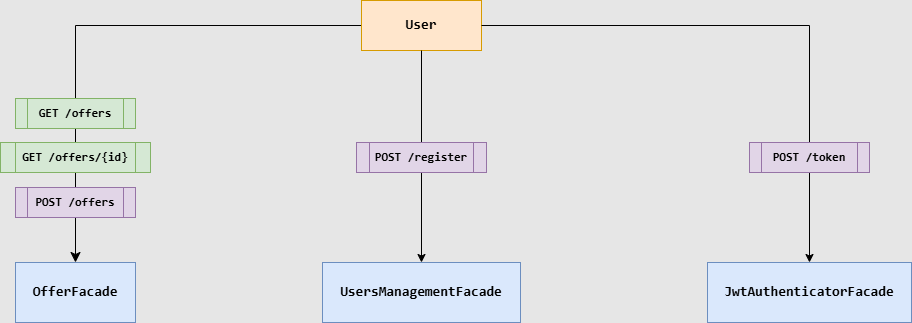
The draw.io diagram architecture/architecture_diagram.png in enmebaraggesi/JobOffers, before a commit. Source tidied: cells renumbered, new cells last; positions are measured from the earlier drawing's top-left corner, leaving out a move shared by most shapes. The source it was exported from:
```xml
<mxGraphModel background="#E6E6E6">
  <root>
    <mxCell id="0" />
    <mxCell id="1" parent="0" />
    <mxCell id="2" style="edgeStyle=orthogonalEdgeStyle;html=1;labelBackgroundColor=none;startFill=0;startSize=8;endFill=1;endSize=8;fontFamily=Verdana;fontSize=12;entryX=0.5;entryY=0;entryDx=0;entryDy=0;exitX=0;exitY=0.5;exitDx=0;exitDy=0;rounded=0;" parent="1" edge="1" source="3" target="8">
      <mxGeometry relative="1" as="geometry" />
    </mxCell>
    <mxCell id="3" value="&lt;pre style=&quot;font-family: &amp;quot;JetBrains Mono&amp;quot;, monospace;&quot;&gt;&lt;span style=&quot;font-size: 14px;&quot;&gt;&lt;b&gt;User&lt;/b&gt;&lt;/span&gt;&lt;/pre&gt;" style="whiteSpace=wrap;html=1;rounded=0;shadow=0;comic=0;labelBackgroundColor=none;strokeWidth=1;fontFamily=Verdana;fontSize=12;align=center;fillColor=#ffe6cc;strokeColor=#d79b00;" parent="1" vertex="1">
      <mxGeometry x="361" width="120" height="50" as="geometry" />
    </mxCell>
    <mxCell id="4" value="&lt;div style=&quot;&quot;&gt;&lt;pre style=&quot;font-family: &amp;quot;JetBrains Mono&amp;quot;, monospace;&quot;&gt;&lt;b style=&quot;&quot;&gt;GET /offers&lt;/b&gt;&lt;/pre&gt;&lt;/div&gt;" style="shape=process;whiteSpace=wrap;html=1;backgroundOutline=1;fillColor=#d5e8d4;strokeColor=#82b366;" parent="1" vertex="1">
      <mxGeometry x="15" y="98" width="120" height="30" as="geometry" />
    </mxCell>
    <mxCell id="5" style="edgeStyle=orthogonalEdgeStyle;rounded=0;orthogonalLoop=1;jettySize=auto;html=1;exitX=0.5;exitY=1;exitDx=0;exitDy=0;" parent="1" edge="1" source="4" target="4">
      <mxGeometry relative="1" as="geometry" />
    </mxCell>
    <mxCell id="6" value="&lt;div style=&quot;&quot;&gt;&lt;pre style=&quot;font-family: &amp;quot;JetBrains Mono&amp;quot;, monospace;&quot;&gt;&lt;div style=&quot;&quot;&gt;&lt;pre style=&quot;font-family: &amp;quot;JetBrains Mono&amp;quot;, monospace;&quot;&gt;&lt;b&gt;GET /offers/{id}&lt;/b&gt;&lt;/pre&gt;&lt;/div&gt;&lt;/pre&gt;&lt;/div&gt;" style="shape=process;whiteSpace=wrap;html=1;backgroundOutline=1;fillColor=#d5e8d4;strokeColor=#82b366;" parent="1" vertex="1">
      <mxGeometry y="142" width="150" height="30" as="geometry" />
    </mxCell>
    <mxCell id="7" value="&lt;div style=&quot;&quot;&gt;&lt;pre style=&quot;font-family: &amp;quot;JetBrains Mono&amp;quot;, monospace;&quot;&gt;&lt;div style=&quot;&quot;&gt;&lt;pre style=&quot;font-family: &amp;quot;JetBrains Mono&amp;quot;, monospace;&quot;&gt;&lt;b&gt;POST /offers&lt;/b&gt;&lt;/pre&gt;&lt;/div&gt;&lt;/pre&gt;&lt;/div&gt;" style="shape=process;whiteSpace=wrap;html=1;backgroundOutline=1;fillColor=#e1d5e7;strokeColor=#9673a6;" parent="1" vertex="1">
      <mxGeometry x="15" y="187" width="120" height="30" as="geometry" />
    </mxCell>
    <mxCell id="8" value="&lt;pre style=&quot;font-family: &amp;quot;JetBrains Mono&amp;quot;, monospace;&quot;&gt;&lt;font style=&quot;font-size: 14px;&quot;&gt;&lt;b&gt;OfferFacade&lt;/b&gt;&lt;/font&gt;&lt;/pre&gt;" style="rounded=0;whiteSpace=wrap;html=1;fillColor=#dae8fc;strokeColor=#6c8ebf;" parent="1" vertex="1">
      <mxGeometry x="15" y="262" width="120" height="60" as="geometry" />
    </mxCell>
    <mxCell id="9" value="&lt;pre style=&quot;font-family: &amp;quot;JetBrains Mono&amp;quot;, monospace;&quot;&gt;&lt;span style=&quot;font-size: 14px;&quot;&gt;&lt;b&gt;UsersManagementFacade&lt;/b&gt;&lt;/span&gt;&lt;/pre&gt;" style="rounded=0;whiteSpace=wrap;html=1;fillColor=#dae8fc;strokeColor=#6c8ebf;" parent="1" vertex="1">
      <mxGeometry x="322" y="262" width="198" height="60" as="geometry" />
    </mxCell>
    <mxCell id="10" style="endArrow=classic;html=1;rounded=0;exitX=0.5;exitY=1;exitDx=0;exitDy=0;entryX=0.5;entryY=0;entryDx=0;entryDy=0;" parent="1" edge="1" source="3" target="9">
      <mxGeometry relative="1" as="geometry" />
    </mxCell>
    <mxCell id="11" value="&lt;div style=&quot;&quot;&gt;&lt;pre style=&quot;font-family: &amp;quot;JetBrains Mono&amp;quot;, monospace;&quot;&gt;&lt;div style=&quot;&quot;&gt;&lt;pre style=&quot;font-family: &amp;quot;JetBrains Mono&amp;quot;, monospace;&quot;&gt;&lt;b&gt;POST /register&lt;/b&gt;&lt;/pre&gt;&lt;/div&gt;&lt;/pre&gt;&lt;/div&gt;" style="shape=process;whiteSpace=wrap;html=1;backgroundOutline=1;fillColor=#e1d5e7;strokeColor=#9673a6;" parent="1" vertex="1">
      <mxGeometry x="356" y="142" width="130" height="30" as="geometry" />
    </mxCell>
    <mxCell id="12" value="&lt;pre style=&quot;&quot;&gt;&lt;font style=&quot;&quot;&gt;&lt;b&gt;&lt;font face=&quot;JetBrains Mono, monospace&quot;&gt;&lt;span style=&quot;font-size: 14px;&quot;&gt;JwtAuthenticator&lt;/span&gt;&lt;/font&gt;&lt;span style=&quot;font-family: &amp;quot;JetBrains Mono&amp;quot;, monospace; font-size: 14px;&quot;&gt;Facade&lt;/span&gt;&lt;/b&gt;&lt;/font&gt;&lt;/pre&gt;" style="rounded=0;whiteSpace=wrap;html=1;fillColor=#dae8fc;strokeColor=#6c8ebf;" parent="1" vertex="1">
      <mxGeometry x="707" y="262" width="204" height="60" as="geometry" />
    </mxCell>
    <mxCell id="13" style="endArrow=classic;html=1;rounded=0;exitX=1;exitY=0.5;exitDx=0;exitDy=0;entryX=0.5;entryY=0;entryDx=0;entryDy=0;edgeStyle=orthogonalEdgeStyle;" parent="1" edge="1" source="3" target="12">
      <mxGeometry relative="1" as="geometry" />
    </mxCell>
    <mxCell id="14" value="&lt;div style=&quot;&quot;&gt;&lt;pre style=&quot;font-family: &amp;quot;JetBrains Mono&amp;quot;, monospace;&quot;&gt;&lt;div style=&quot;&quot;&gt;&lt;pre style=&quot;font-family: &amp;quot;JetBrains Mono&amp;quot;, monospace;&quot;&gt;&lt;b&gt;POST /token&lt;/b&gt;&lt;/pre&gt;&lt;/div&gt;&lt;/pre&gt;&lt;/div&gt;" style="shape=process;whiteSpace=wrap;html=1;backgroundOutline=1;fillColor=#e1d5e7;strokeColor=#9673a6;" parent="1" vertex="1">
      <mxGeometry x="749" y="142" width="120" height="30" as="geometry" />
    </mxCell>
  </root>
</mxGraphModel>
```
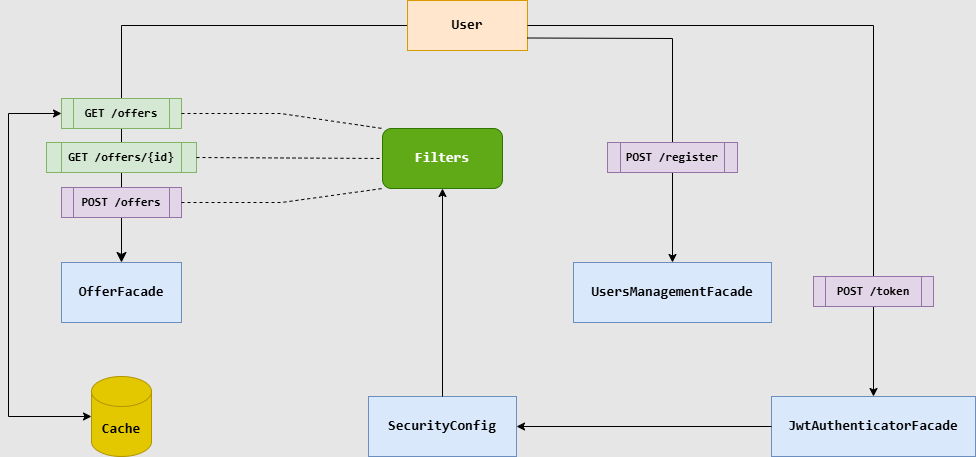
Above is the later version.

Commit message:
upgraded architecture diagram and readme, updated cache integration test (#16)

Change to the diagram source:
```diff
@@ -24,22 +24,66 @@
       <mxGeometry x="15" y="262" width="120" height="60" as="geometry" />
     </mxCell>
     <mxCell id="9" value="&lt;pre style=&quot;font-family: &amp;quot;JetBrains Mono&amp;quot;, monospace;&quot;&gt;&lt;span style=&quot;font-size: 14px;&quot;&gt;&lt;b&gt;UsersManagementFacade&lt;/b&gt;&lt;/span&gt;&lt;/pre&gt;" style="rounded=0;whiteSpace=wrap;html=1;fillColor=#dae8fc;strokeColor=#6c8ebf;" parent="1" vertex="1">
-      <mxGeometry x="322" y="262" width="198" height="60" as="geometry" />
+      <mxGeometry x="527" y="262" width="198" height="60" as="geometry" />
     </mxCell>
-    <mxCell id="10" style="endArrow=classic;html=1;rounded=0;exitX=0.5;exitY=1;exitDx=0;exitDy=0;entryX=0.5;entryY=0;entryDx=0;entryDy=0;" parent="1" edge="1" source="3" target="9">
-      <mxGeometry relative="1" as="geometry" />
-    </mxCell>
-    <mxCell id="11" value="&lt;div style=&quot;&quot;&gt;&lt;pre style=&quot;font-family: &amp;quot;JetBrains Mono&amp;quot;, monospace;&quot;&gt;&lt;div style=&quot;&quot;&gt;&lt;pre style=&quot;font-family: &amp;quot;JetBrains Mono&amp;quot;, monospace;&quot;&gt;&lt;b&gt;POST /register&lt;/b&gt;&lt;/pre&gt;&lt;/div&gt;&lt;/pre&gt;&lt;/div&gt;" style="shape=process;whiteSpace=wrap;html=1;backgroundOutline=1;fillColor=#e1d5e7;strokeColor=#9673a6;" parent="1" vertex="1">
-      <mxGeometry x="356" y="142" width="130" height="30" as="geometry" />
-    </mxCell>
     <mxCell id="12" value="&lt;pre style=&quot;&quot;&gt;&lt;font style=&quot;&quot;&gt;&lt;b&gt;&lt;font face=&quot;JetBrains Mono, monospace&quot;&gt;&lt;span style=&quot;font-size: 14px;&quot;&gt;JwtAuthenticator&lt;/span&gt;&lt;/font&gt;&lt;span style=&quot;font-family: &amp;quot;JetBrains Mono&amp;quot;, monospace; font-size: 14px;&quot;&gt;Facade&lt;/span&gt;&lt;/b&gt;&lt;/font&gt;&lt;/pre&gt;" style="rounded=0;whiteSpace=wrap;html=1;fillColor=#dae8fc;strokeColor=#6c8ebf;" parent="1" vertex="1">
-      <mxGeometry x="707" y="262" width="204" height="60" as="geometry" />
+      <mxGeometry x="725" y="396" width="204" height="60" as="geometry" />
     </mxCell>
     <mxCell id="13" style="endArrow=classic;html=1;rounded=0;exitX=1;exitY=0.5;exitDx=0;exitDy=0;entryX=0.5;entryY=0;entryDx=0;entryDy=0;edgeStyle=orthogonalEdgeStyle;" parent="1" edge="1" source="3" target="12">
       <mxGeometry relative="1" as="geometry" />
     </mxCell>
     <mxCell id="14" value="&lt;div style=&quot;&quot;&gt;&lt;pre style=&quot;font-family: &amp;quot;JetBrains Mono&amp;quot;, monospace;&quot;&gt;&lt;div style=&quot;&quot;&gt;&lt;pre style=&quot;font-family: &amp;quot;JetBrains Mono&amp;quot;, monospace;&quot;&gt;&lt;b&gt;POST /token&lt;/b&gt;&lt;/pre&gt;&lt;/div&gt;&lt;/pre&gt;&lt;/div&gt;" style="shape=process;whiteSpace=wrap;html=1;backgroundOutline=1;fillColor=#e1d5e7;strokeColor=#9673a6;" parent="1" vertex="1">
-      <mxGeometry x="749" y="142" width="120" height="30" as="geometry" />
+      <mxGeometry x="767" y="276" width="120" height="30" as="geometry" />
     </mxCell>
+    <mxCell id="15" value="&lt;pre style=&quot;font-family: &amp;quot;JetBrains Mono&amp;quot;, monospace;&quot;&gt;&lt;span style=&quot;font-size: 14px;&quot;&gt;&lt;b&gt;SecurityConfig&lt;/b&gt;&lt;/span&gt;&lt;/pre&gt;" style="rounded=0;whiteSpace=wrap;html=1;fillColor=#dae8fc;strokeColor=#6c8ebf;" parent="1" vertex="1">
+      <mxGeometry x="322" y="396" width="148" height="60" as="geometry" />
+    </mxCell>
+    <mxCell id="10" style="endArrow=classic;html=1;rounded=0;exitX=1;exitY=0.75;exitDx=0;exitDy=0;" parent="1" edge="1" source="3" target="9">
+      <mxGeometry relative="1" as="geometry">
+        <Array as="points">
+          <mxPoint x="626" y="38" />
+        </Array>
+      </mxGeometry>
+    </mxCell>
+    <mxCell id="11" value="&lt;div style=&quot;&quot;&gt;&lt;pre style=&quot;font-family: &amp;quot;JetBrains Mono&amp;quot;, monospace;&quot;&gt;&lt;div style=&quot;&quot;&gt;&lt;pre style=&quot;font-family: &amp;quot;JetBrains Mono&amp;quot;, monospace;&quot;&gt;&lt;b&gt;POST /register&lt;/b&gt;&lt;/pre&gt;&lt;/div&gt;&lt;/pre&gt;&lt;/div&gt;" style="shape=process;whiteSpace=wrap;html=1;backgroundOutline=1;fillColor=#e1d5e7;strokeColor=#9673a6;" parent="1" vertex="1">
+      <mxGeometry x="561" y="142" width="130" height="30" as="geometry" />
+    </mxCell>
+    <mxCell id="16" value="&lt;pre style=&quot;font-family: &amp;quot;JetBrains Mono&amp;quot;, monospace;&quot;&gt;&lt;span style=&quot;font-size: 14px;&quot;&gt;&lt;b&gt;Filters&lt;/b&gt;&lt;/span&gt;&lt;/pre&gt;" style="rounded=1;whiteSpace=wrap;html=1;fillColor=#60a917;strokeColor=#2D7600;fontColor=#ffffff;" parent="1" vertex="1">
+      <mxGeometry x="336" y="128" width="120" height="60" as="geometry" />
+    </mxCell>
+    <mxCell id="17" style="endArrow=none;dashed=1;html=1;rounded=0;entryX=0;entryY=0;entryDx=0;entryDy=0;exitX=1;exitY=0.5;exitDx=0;exitDy=0;" parent="1" edge="1" source="4" target="16">
+      <mxGeometry relative="1" as="geometry">
+        <Array as="points">
+          <mxPoint x="234" y="113" />
+        </Array>
+      </mxGeometry>
+    </mxCell>
+    <mxCell id="18" style="endArrow=none;dashed=1;html=1;rounded=0;entryX=0;entryY=0.5;entryDx=0;entryDy=0;exitX=1;exitY=0.5;exitDx=0;exitDy=0;" parent="1" edge="1" source="6" target="16">
+      <mxGeometry relative="1" as="geometry" />
+    </mxCell>
+    <mxCell id="19" style="endArrow=none;dashed=1;html=1;rounded=0;entryX=0;entryY=1;entryDx=0;entryDy=0;exitX=1;exitY=0.5;exitDx=0;exitDy=0;" parent="1" edge="1" source="7" target="16">
+      <mxGeometry relative="1" as="geometry">
+        <Array as="points">
+          <mxPoint x="235" y="202" />
+        </Array>
+      </mxGeometry>
+    </mxCell>
+    <mxCell id="20" style="endArrow=classic;html=1;rounded=0;exitX=0.5;exitY=0;exitDx=0;exitDy=0;entryX=0.5;entryY=1;entryDx=0;entryDy=0;" parent="1" edge="1" source="15" target="16">
+      <mxGeometry relative="1" as="geometry" />
+    </mxCell>
+    <mxCell id="21" style="endArrow=classic;html=1;rounded=0;exitX=0;exitY=0.5;exitDx=0;exitDy=0;entryX=1;entryY=0.5;entryDx=0;entryDy=0;" parent="1" edge="1" source="12" target="15">
+      <mxGeometry relative="1" as="geometry" />
+    </mxCell>
+    <mxCell id="22" value="&lt;pre style=&quot;font-family: &amp;quot;JetBrains Mono&amp;quot;, monospace;&quot;&gt;&lt;span style=&quot;font-size: 14px;&quot;&gt;&lt;b&gt;Cache&lt;/b&gt;&lt;/span&gt;&lt;/pre&gt;" style="shape=cylinder3;whiteSpace=wrap;html=1;boundedLbl=1;backgroundOutline=1;size=15;fillColor=#e3c800;fontColor=#000000;strokeColor=#B09500;" parent="1" vertex="1">
+      <mxGeometry x="45" y="376" width="60" height="80" as="geometry" />
+    </mxCell>
+    <mxCell id="23" style="endArrow=classic;startArrow=classic;html=1;rounded=0;exitX=0;exitY=0.5;exitDx=0;exitDy=0;entryX=0;entryY=0.5;entryDx=0;entryDy=0;entryPerimeter=0;" parent="1" edge="1" source="4" target="22">
+      <mxGeometry relative="1" as="geometry">
+        <Array as="points">
+          <mxPoint x="-38" y="113" />
+          <mxPoint x="-38" y="416" />
+        </Array>
+      </mxGeometry>
+    </mxCell>
   </root>
 </mxGraphModel>
```
